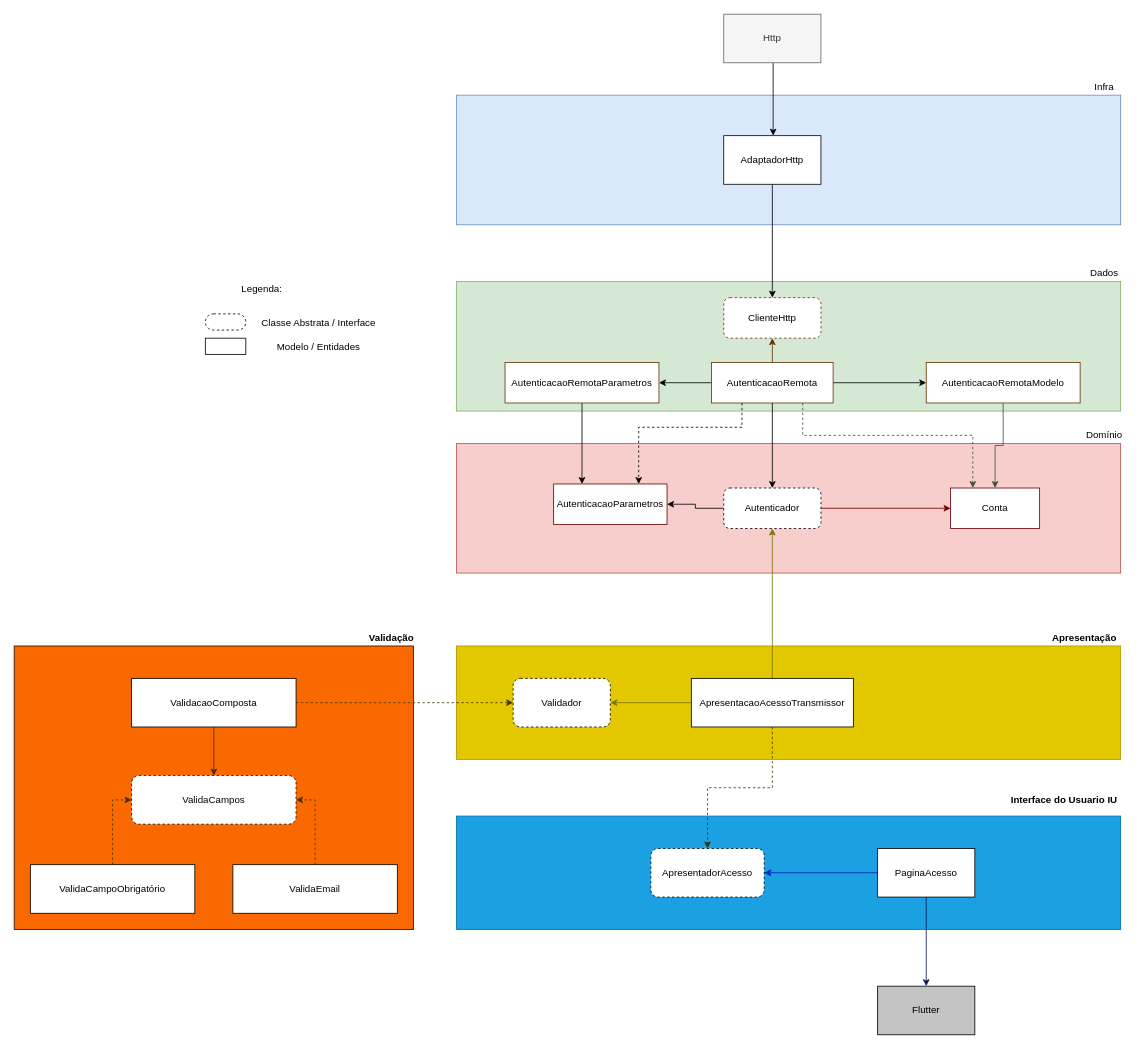
brunopenha/questionario_flutter keeps this draw.io diagram as page "Acesso" (1 of 2) of requisitos/Questionario - Flutter.drawio. Above is the earlier version. Source tidied: cells renumbered, new cells numbered last; positions are measured from the earlier drawing's top-left corner, leaving out a move shared by most shapes. Both pictures are drawn from the tidied source at 81%, with x=0, y=0 at pixel (14, 14).
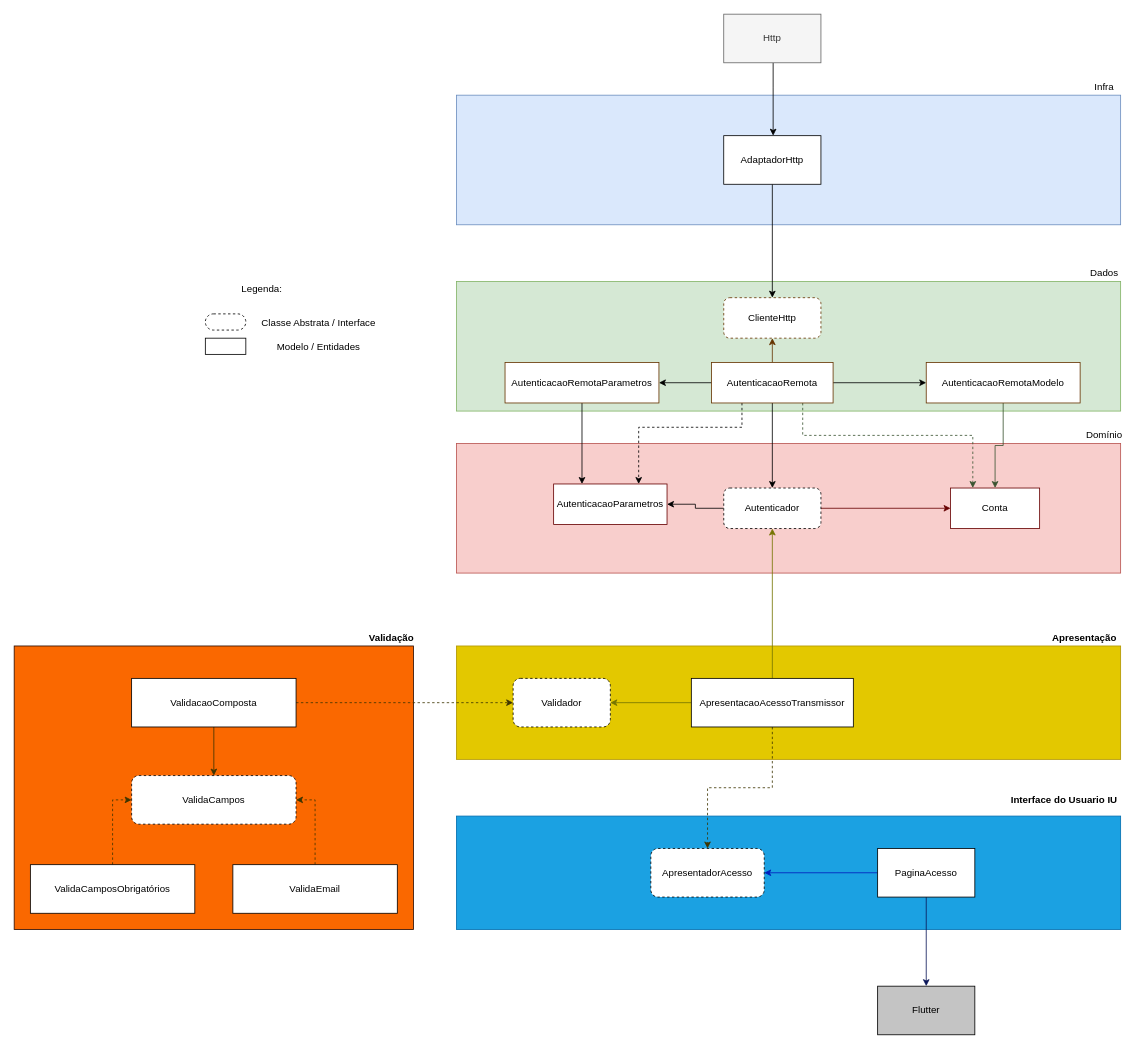
The same diagram, later.

The edit, as a diff of the source:
```diff
@@
-    <mxCell id="46" value="ValidaCampoObrigatório" style="rounded=0;whiteSpace=wrap;html=1;fillColor=#FFFFFF;" parent="1" vertex="1">
+    <mxCell id="46" value="ValidaCamposObrigatórios" style="rounded=0;whiteSpace=wrap;html=1;fillColor=#FFFFFF;" parent="1" vertex="1">
       <mxGeometry x="20" y="1050" width="203" height="60" as="geometry" />
     </mxCell>
```
